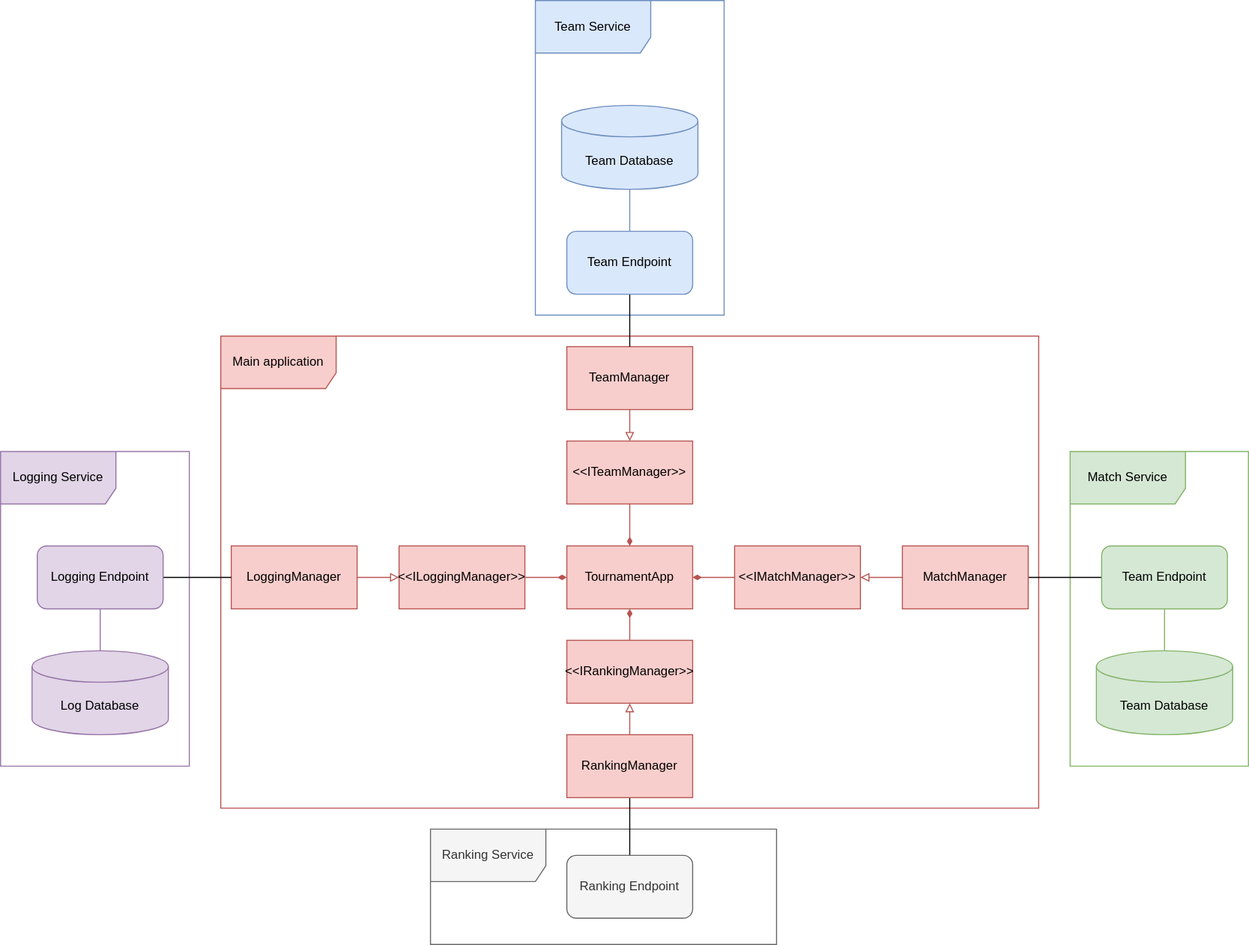
Above: diagram.svg in HoJunHao2000/WeAreTheChampions (draw.io), before the change. Source tidied: cells renumbered, new cells last; positions are measured from the earlier drawing's top-left corner, leaving out a move shared by most shapes.
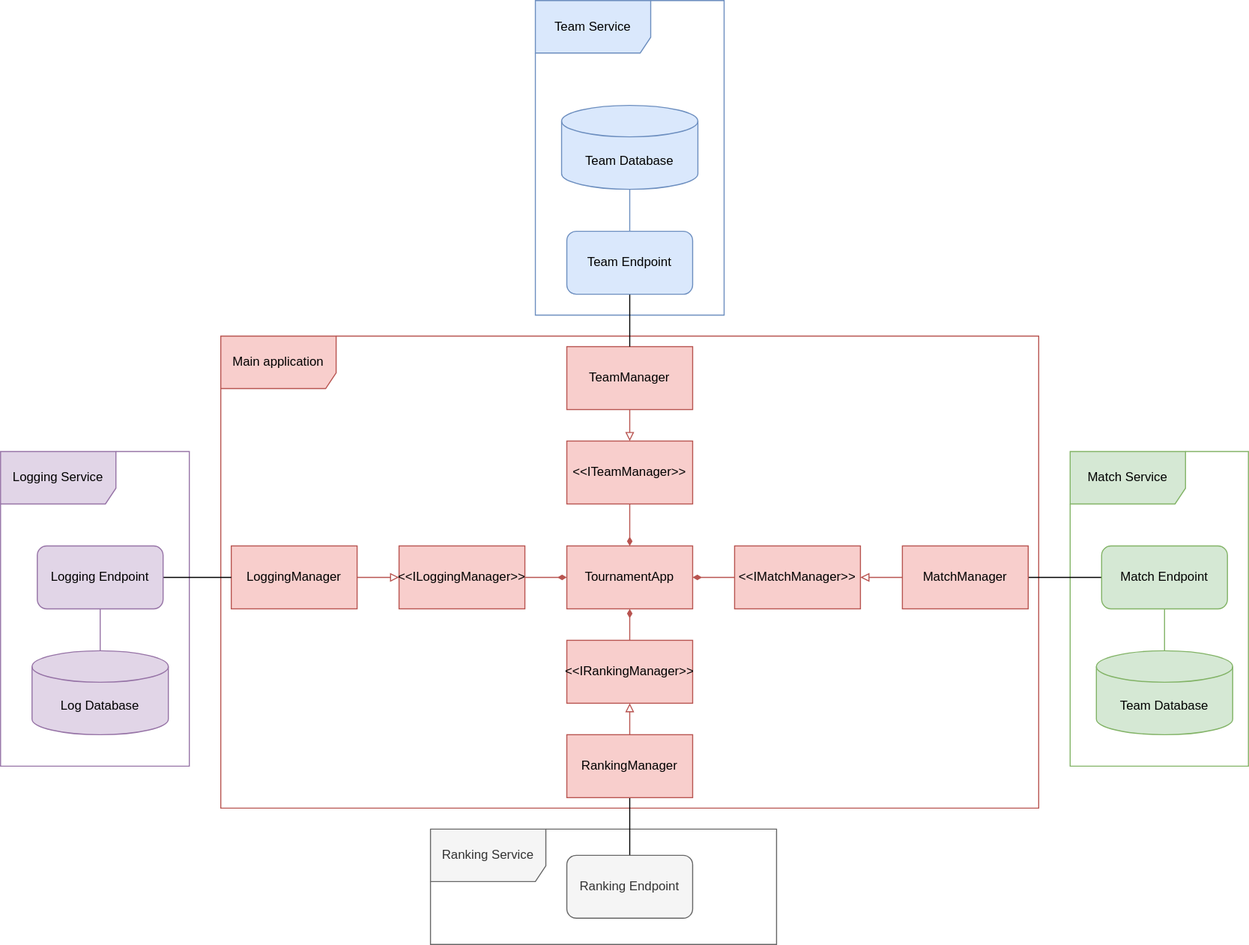
The same file after the commit.

What changed in the source:
```diff
@@ -92,7 +92,7 @@
     <mxCell id="31" value="Team Database" style="shape=cylinder3;whiteSpace=wrap;html=1;boundedLbl=1;backgroundOutline=1;size=15;fillColor=#d5e8d4;strokeColor=#82b366;" parent="1" vertex="1">
       <mxGeometry x="1045" y="620" width="130" height="80" as="geometry" />
     </mxCell>
-    <mxCell id="32" value="Team Endpoint" style="rounded=1;whiteSpace=wrap;html=1;fillColor=#d5e8d4;strokeColor=#82b366;" parent="1" vertex="1">
+    <mxCell id="32" value="Match Endpoint" style="rounded=1;whiteSpace=wrap;html=1;fillColor=#d5e8d4;strokeColor=#82b366;" parent="1" vertex="1">
       <mxGeometry x="1050" y="520" width="120" height="60" as="geometry" />
     </mxCell>
     <mxCell id="33" style="edgeStyle=orthogonalEdgeStyle;rounded=0;jettySize=auto;html=1;exitX=0.5;exitY=0;exitDx=0;exitDy=0;exitPerimeter=0;entryX=0.5;entryY=1;entryDx=0;entryDy=0;endArrow=none;endFill=0;fillColor=#e1d5e7;strokeColor=#9673a6;" parent="1" edge="1" source="34" target="36">
```
